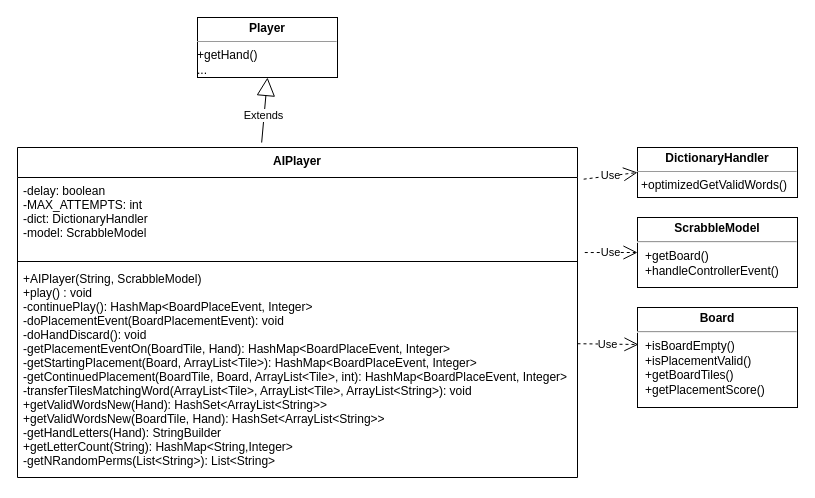
Above: UML/ClassDiagrams/Model/AIPlayer.drawio in trk20/Scuffle (draw.io), before the change. Source tidied: cells renumbered, new cells numbered last; positions are measured from the earlier drawing's top-left corner, leaving out a move shared by most shapes. Both pictures are drawn from the tidied source at 100%, with x=0, y=0 at pixel (17, 17).
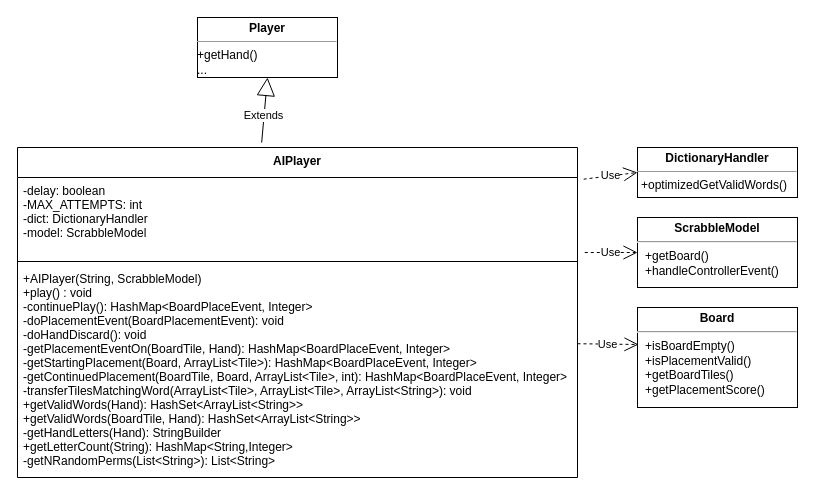
The same diagram, later.

Commit message (it also covers changes not shown here):
-Updated javadoc and method signatures

Change to the diagram source:
```diff
@@
 <mxGraphModel>
   <root>
     <mxCell id="0" />
     <mxCell id="1" parent="0" />
     <mxCell id="2" value="AIPlayer" style="swimlane;fontStyle=1;align=center;verticalAlign=top;horizontal=1;startSize=30;" parent="1" vertex="1">
       <mxGeometry y="130" width="560" height="330" as="geometry" />
     </mxCell>
     <mxCell id="3" value="-delay: boolean&#10;-MAX_ATTEMPTS: int&#10;-dict: DictionaryHandler&#10;-model: ScrabbleModel" style="text;strokeColor=none;fillColor=none;align=left;verticalAlign=top;spacingLeft=4;spacingRight=4;overflow=hidden;points=[[0,0.5],[1,0.5]];portConstraint=eastwest;" parent="2" vertex="1">
       <mxGeometry y="30" width="560" height="80" as="geometry" />
     </mxCell>
     <mxCell id="4" style="line;strokeWidth=1;fillColor=none;align=left;verticalAlign=middle;spacingTop=-1;spacingLeft=3;spacingRight=3;labelPosition=right;" parent="2" vertex="1">
       <mxGeometry y="110" width="560" height="8" as="geometry" />
     </mxCell>
-    <mxCell id="5" value="+AIPlayer(String, ScrabbleModel)&#10;+play() : void&#10;-continuePlay(): HashMap&lt;BoardPlaceEvent, Integer&gt;&#10;-doPlacementEvent(BoardPlacementEvent): void&#10;-doHandDiscard(): void&#10;-getPlacementEventOn(BoardTile, Hand): HashMap&lt;BoardPlaceEvent, Integer&gt;&#10;-getStartingPlacement(Board, ArrayList&lt;Tile&gt;): HashMap&lt;BoardPlaceEvent, Integer&gt;&#10;-getContinuedPlacement(BoardTile, Board, ArrayList&lt;Tile&gt;, int): HashMap&lt;BoardPlaceEvent, Integer&gt;&#10;-transferTilesMatchingWord(ArrayList&lt;Tile&gt;, ArrayList&lt;Tile&gt;, ArrayList&lt;String&gt;): void&#10;+getValidWordsNew(Hand): HashSet&lt;ArrayList&lt;String&gt;&gt;&#10;+getValidWordsNew(BoardTile, Hand): HashSet&lt;ArrayList&lt;String&gt;&gt;&#10;-getHandLetters(Hand): StringBuilder&#10;+getLetterCount(String): HashMap&lt;String,Integer&gt;&#10;-getNRandomPerms(List&lt;String&gt;): List&lt;String&gt;" style="text;strokeColor=none;fillColor=none;align=left;verticalAlign=top;spacingLeft=4;spacingRight=4;overflow=hidden;points=[[0,0.5],[1,0.5]];portConstraint=eastwest;" parent="2" vertex="1">
+    <mxCell id="5" value="+AIPlayer(String, ScrabbleModel)&#10;+play() : void&#10;-continuePlay(): HashMap&lt;BoardPlaceEvent, Integer&gt;&#10;-doPlacementEvent(BoardPlacementEvent): void&#10;-doHandDiscard(): void&#10;-getPlacementEventOn(BoardTile, Hand): HashMap&lt;BoardPlaceEvent, Integer&gt;&#10;-getStartingPlacement(Board, ArrayList&lt;Tile&gt;): HashMap&lt;BoardPlaceEvent, Integer&gt;&#10;-getContinuedPlacement(BoardTile, Board, ArrayList&lt;Tile&gt;, int): HashMap&lt;BoardPlaceEvent, Integer&gt;&#10;-transferTilesMatchingWord(ArrayList&lt;Tile&gt;, ArrayList&lt;Tile&gt;, ArrayList&lt;String&gt;): void&#10;+getValidWords(Hand): HashSet&lt;ArrayList&lt;String&gt;&gt;&#10;+getValidWords(BoardTile, Hand): HashSet&lt;ArrayList&lt;String&gt;&gt;&#10;-getHandLetters(Hand): StringBuilder&#10;+getLetterCount(String): HashMap&lt;String,Integer&gt;&#10;-getNRandomPerms(List&lt;String&gt;): List&lt;String&gt;" style="text;strokeColor=none;fillColor=none;align=left;verticalAlign=top;spacingLeft=4;spacingRight=4;overflow=hidden;points=[[0,0.5],[1,0.5]];portConstraint=eastwest;" parent="2" vertex="1">
       <mxGeometry y="118" width="560" height="212" as="geometry" />
     </mxCell>
     <mxCell id="6" value="Extends" style="endArrow=block;endSize=16;endFill=0;html=1;rounded=0;entryX=0.5;entryY=1;entryDx=0;entryDy=0;exitX=0.436;exitY=-0.015;exitDx=0;exitDy=0;exitPerimeter=0;" parent="1" edge="1" source="2" target="8">
       <mxGeometry x="-0.17" y="1" relative="1" as="geometry" />
     </mxCell>
     <mxCell id="7" value="Use" style="endArrow=open;endSize=12;dashed=1;html=1;rounded=0;exitX=1.011;exitY=0.096;exitDx=0;exitDy=0;exitPerimeter=0;entryX=0;entryY=0.5;entryDx=0;entryDy=0;" parent="1" edge="1" source="2" target="9">
       <mxGeometry relative="1" as="geometry" />
     </mxCell>
     <mxCell id="8" value="&lt;p style=&quot;margin: 0px ; margin-top: 4px ; text-align: center&quot;&gt;&lt;b&gt;Player&lt;/b&gt;&lt;/p&gt;&lt;hr size=&quot;1&quot;&gt;+&lt;span&gt;getHand()&lt;br&gt;...&lt;br&gt;&lt;/span&gt;" style="verticalAlign=top;align=left;overflow=fill;fontSize=12;fontFamily=Helvetica;html=1;" parent="1" vertex="1">
       <mxGeometry x="180" width="140" height="60" as="geometry" />
     </mxCell>
     <mxCell id="9" value="&lt;p style=&quot;margin: 0px ; margin-top: 4px ; text-align: center&quot;&gt;&lt;b&gt;DictionaryHandler&lt;/b&gt;&lt;/p&gt;&lt;hr size=&quot;1&quot;&gt;&lt;p style=&quot;margin: 0px ; margin-left: 4px&quot;&gt;+optimizedGetValidWords()&lt;/p&gt;" style="verticalAlign=top;align=left;overflow=fill;fontSize=12;fontFamily=Helvetica;html=1;" parent="1" vertex="1">
       <mxGeometry x="620" y="130" width="160" height="50" as="geometry" />
     </mxCell>
     <mxCell id="10" value="&lt;p style=&quot;margin: 4px 0px 0px ; text-align: center&quot;&gt;&lt;b&gt;ScrabbleModel&lt;/b&gt;&lt;/p&gt;&lt;hr&gt;&lt;p style=&quot;margin: 0px ; margin-left: 8px&quot;&gt;+getBoard()&lt;/p&gt;&lt;p style=&quot;margin: 0px ; margin-left: 8px&quot;&gt;+handleControllerEvent()&lt;/p&gt;" style="verticalAlign=top;align=left;overflow=fill;fontSize=12;fontFamily=Helvetica;html=1;" parent="1" vertex="1">
       <mxGeometry x="620" y="200" width="160" height="70" as="geometry" />
     </mxCell>
     <mxCell id="11" value="Use" style="endArrow=open;endSize=12;dashed=1;html=1;rounded=0;entryX=0;entryY=0.5;entryDx=0;entryDy=0;exitX=1.013;exitY=0.938;exitDx=0;exitDy=0;exitPerimeter=0;" parent="1" edge="1" source="3" target="10">
       <mxGeometry relative="1" as="geometry" />
     </mxCell>
     <mxCell id="12" value="&lt;p style=&quot;margin: 4px 0px 0px ; text-align: center&quot;&gt;&lt;b&gt;Board&lt;/b&gt;&lt;/p&gt;&lt;hr&gt;&lt;p style=&quot;margin: 0px ; margin-left: 8px&quot;&gt;+isBoardEmpty()&lt;br&gt;+isPlacementValid()&lt;/p&gt;&lt;p style=&quot;margin: 0px ; margin-left: 8px&quot;&gt;+getBoardTiles()&lt;/p&gt;&lt;p style=&quot;margin: 0px ; margin-left: 8px&quot;&gt;+getPlacementScore()&lt;/p&gt;" style="verticalAlign=top;align=left;overflow=fill;fontSize=12;fontFamily=Helvetica;html=1;" parent="1" vertex="1">
       <mxGeometry x="620" y="290" width="160" height="100" as="geometry" />
     </mxCell>
     <mxCell id="13" value="Use" style="endArrow=open;endSize=12;dashed=1;html=1;rounded=0;entryX=0.006;entryY=0.37;entryDx=0;entryDy=0;exitX=1;exitY=0.369;exitDx=0;exitDy=0;exitPerimeter=0;entryPerimeter=0;" parent="1" edge="1" source="5" target="12">
       <mxGeometry relative="1" as="geometry" />
     </mxCell>
   </root>
 </mxGraphModel>
```
